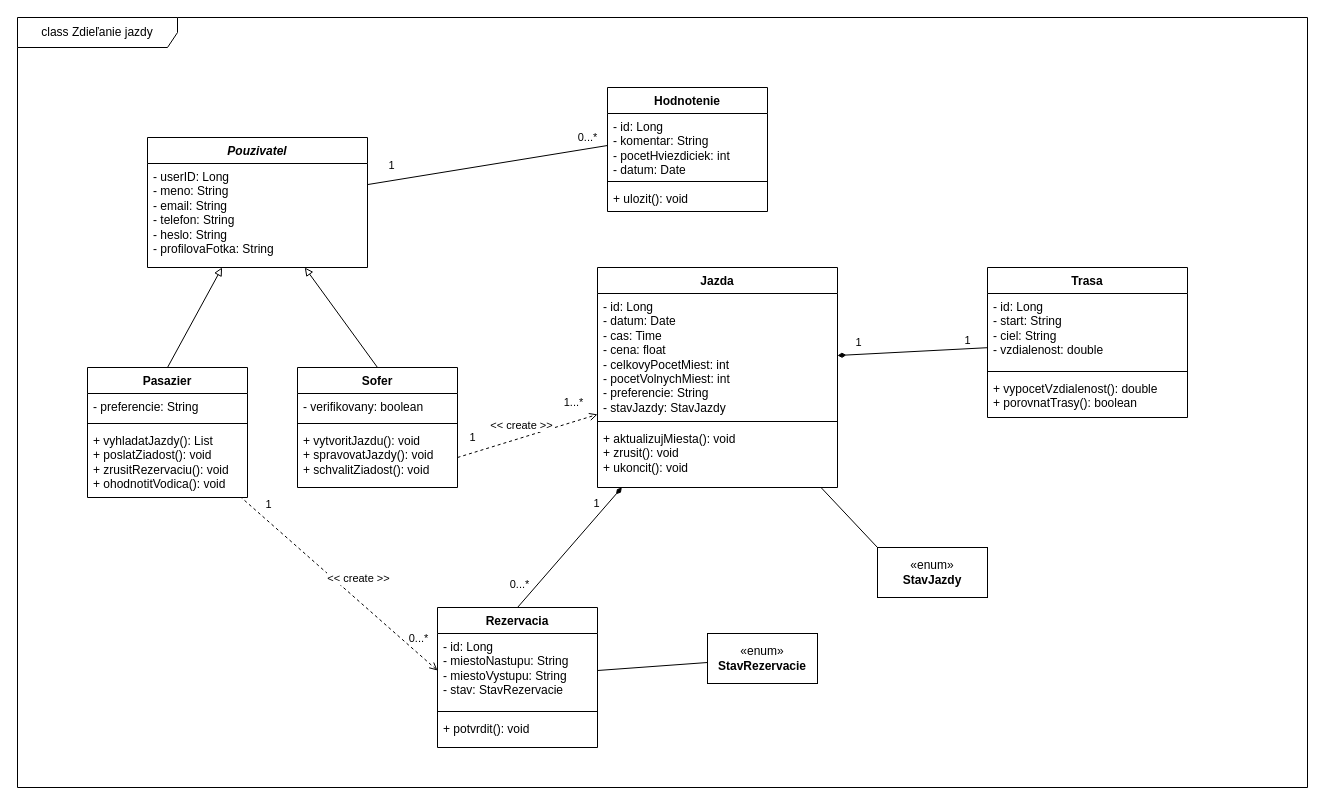
Earlier version of the draw.io diagram semestralne-zadanie/class-diagram.drawio (samuelbagin1/swi). Source tidied: cells renumbered, new cells numbered last; positions are measured from the earlier drawing's top-left corner, leaving out a move shared by most shapes. Both pictures are drawn from the tidied source at 100%, with x=0, y=0 at pixel (17, 17).
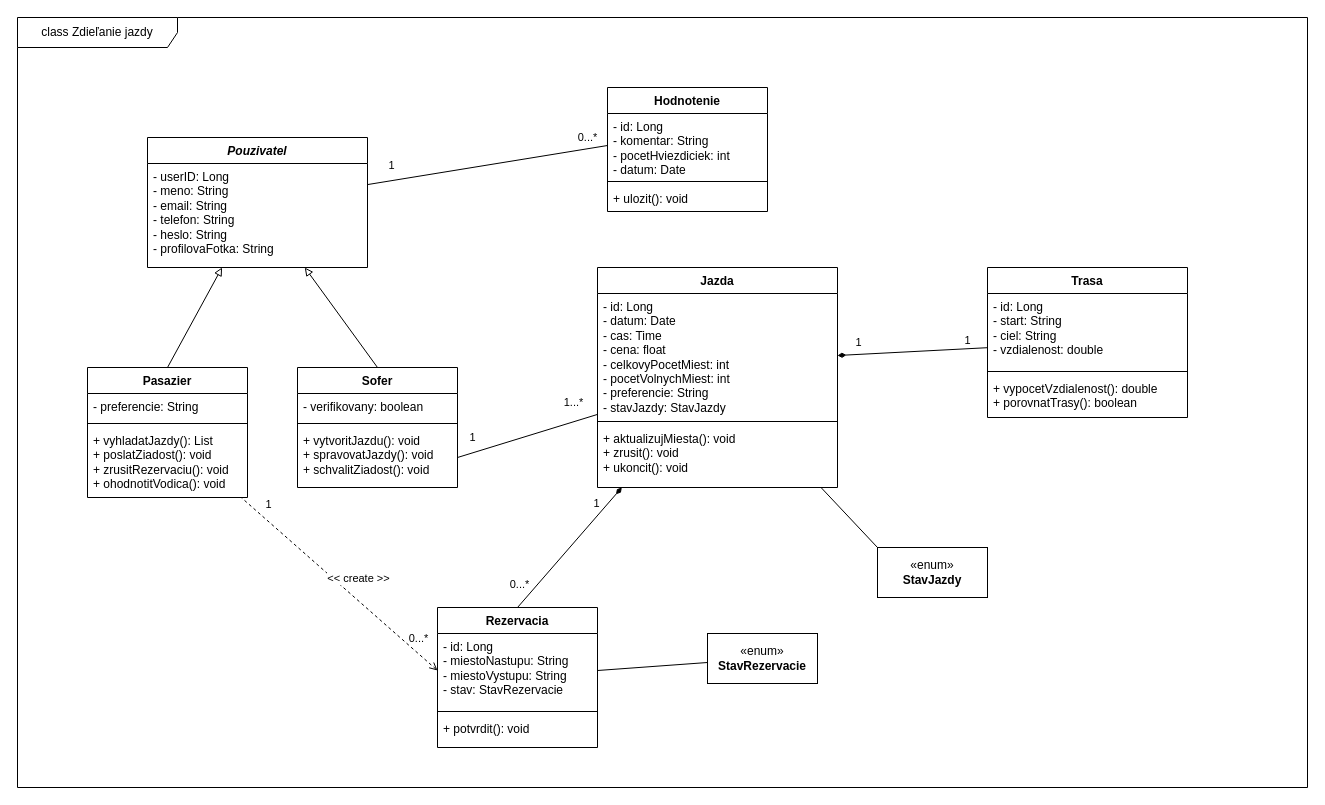
After the change.

The change refers to these unchanged cells:
```xml
<mxCell id="2" value="class Zdieľanie jazdy" style="shape=umlFrame;whiteSpace=wrap;html=1;width=160;" parent="1" vertex="1">
  <mxGeometry width="1290" height="770" as="geometry" />
</mxCell>
<mxCell id="5" value="Jazda" style="swimlane;fontStyle=1;align=center;verticalAlign=top;horizontal=1;startSize=26;whiteSpace=wrap;html=1;" parent="2" vertex="1">
  <mxGeometry x="580" y="250" width="240" height="220" as="geometry" />
</mxCell>
<mxCell id="22" value="+ vytvoritJazdu(): void&lt;div&gt;+ spravovatJazdy(): void&lt;/div&gt;&lt;div&gt;+ schvalitZiadost(): void&lt;/div&gt;" style="text;strokeColor=none;fillColor=none;align=left;verticalAlign=top;spacingLeft=4;spacingRight=4;overflow=hidden;points=[[0,0.5],[1,0.5]];portConstraint=eastwest;whiteSpace=wrap;html=1;" parent="19" vertex="1">
  <mxGeometry y="60" width="160" height="60" as="geometry" />
</mxCell>
```

Change to the diagram source:
```diff
@@
-    <mxCell id="33" style="rounded=0;jettySize=auto;html=1;exitX=1;exitY=0.5;exitDx=0;exitDy=0;endArrow=open;endFill=0;dashed=1;" parent="2" edge="1" source="22" target="5">
+    <mxCell id="33" style="rounded=0;jettySize=auto;html=1;exitX=1;exitY=0.5;exitDx=0;exitDy=0;endArrow=none;endFill=0;" parent="2" edge="1" source="22" target="5">
       <mxGeometry relative="1" as="geometry" />
     </mxCell>
@@
-    <mxCell id="36" value="&amp;lt;&amp;lt; create &amp;gt;&amp;gt;" style="edgeLabel;html=1;align=center;verticalAlign=middle;" parent="33" vertex="1">
-      <mxGeometry x="-0.08" y="1" relative="1" as="geometry">
-        <mxPoint y="-12" as="offset" />
-      </mxGeometry>
-    </mxCell>
```
